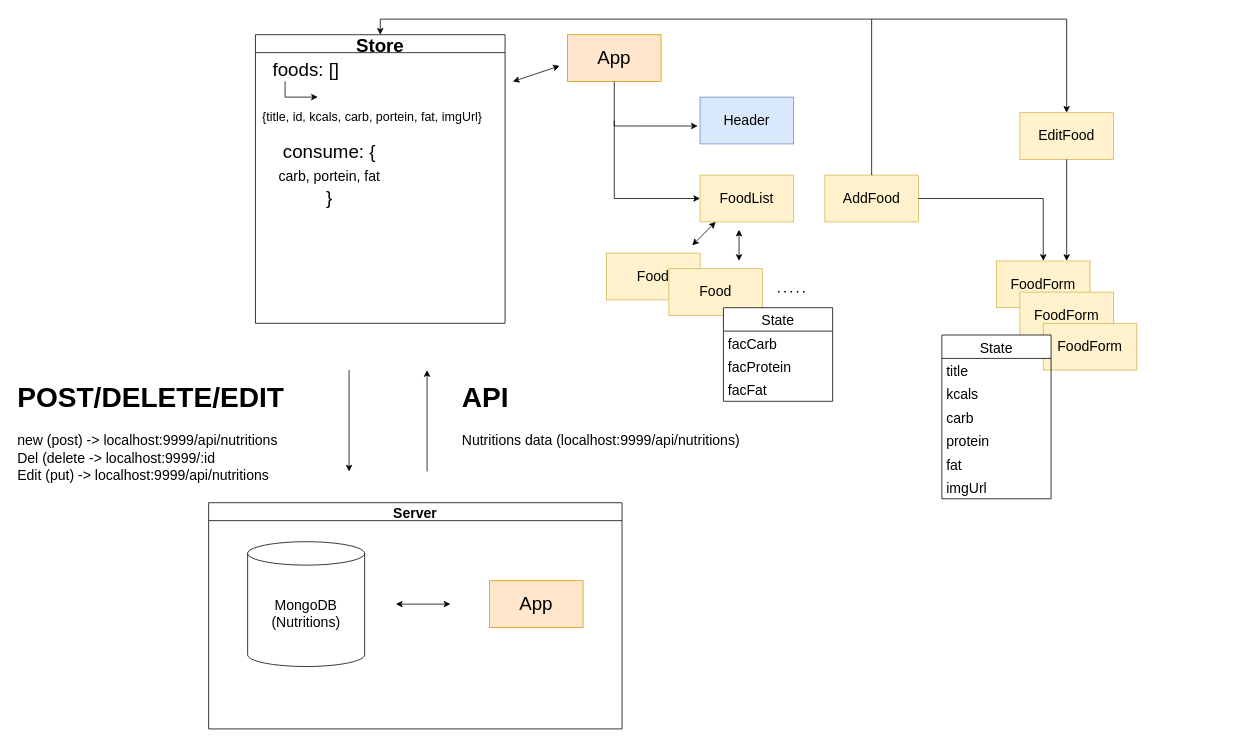
TimDreamer/nutrition-app keeps this draw.io diagram as model.drawio. Above is the earlier version. Source tidied: cells renumbered, new cells numbered last; positions are measured from the earlier drawing's top-left corner, leaving out a move shared by most shapes. Both pictures are drawn from the tidied source at 78%, with x=0, y=0 at pixel (13, 19).
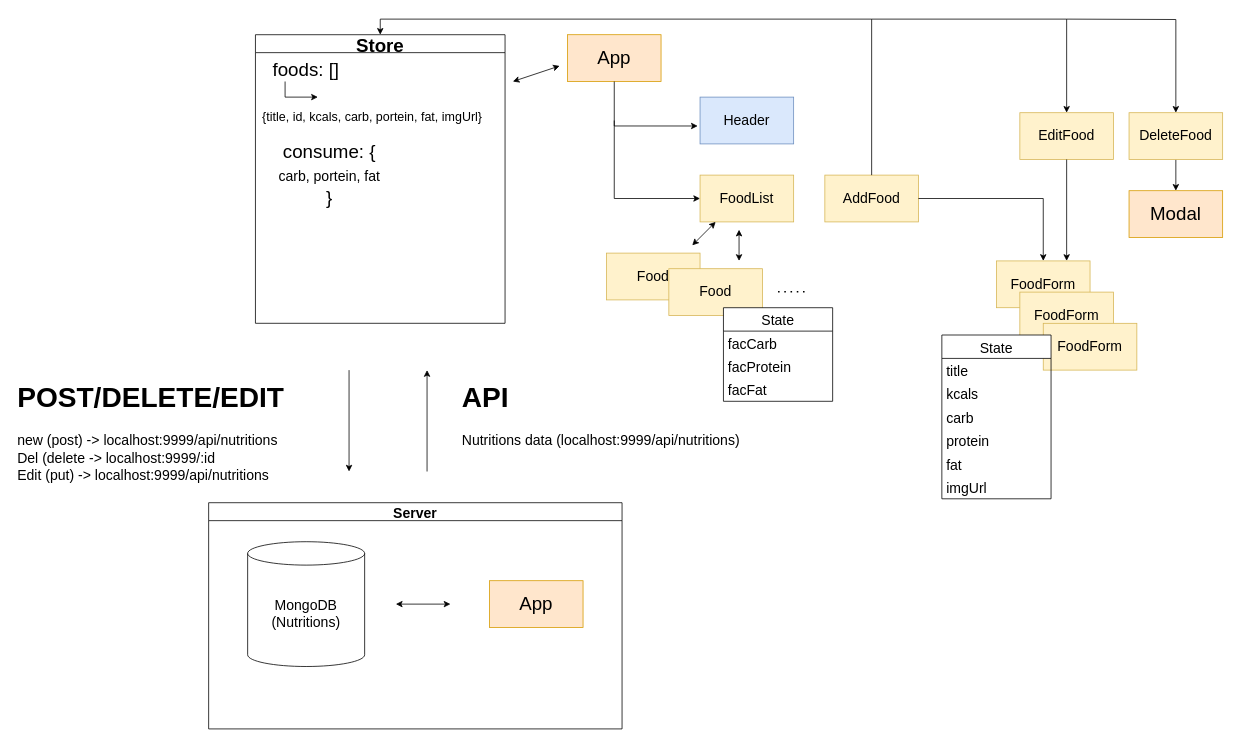
The same diagram, later.

Change to the diagram source:
```diff
@@
+    <mxCell id="46" style="edgeStyle=orthogonalEdgeStyle;rounded=0;jettySize=auto;html=1;entryX=0.5;entryY=0;entryDx=0;entryDy=0;" parent="1" edge="1" target="48">
+      <mxGeometry relative="1" as="geometry">
+        <mxPoint x="1350" as="sourcePoint" />
+      </mxGeometry>
+    </mxCell>
+    <mxCell id="47" style="edgeStyle=orthogonalEdgeStyle;rounded=0;jettySize=auto;html=1;entryX=0.5;entryY=0;entryDx=0;entryDy=0;" parent="1" edge="1" source="48" target="49">
+      <mxGeometry relative="1" as="geometry" />
+    </mxCell>
+    <mxCell id="48" value="DeleteFood" style="rounded=0;whiteSpace=wrap;html=1;fontSize=18;fillColor=#fff2cc;strokeColor=#d6b656;" parent="1" vertex="1">
+      <mxGeometry x="1430" y="120" width="120" height="60" as="geometry" />
+    </mxCell>
+    <mxCell id="49" value="&lt;font style=&quot;font-size: 24px&quot;&gt;Modal&lt;/font&gt;" style="rounded=0;whiteSpace=wrap;html=1;fillColor=#ffe6cc;strokeColor=#d79b00;" parent="1" vertex="1">
+      <mxGeometry x="1430" y="220" width="120" height="60" as="geometry" />
+    </mxCell>
```
